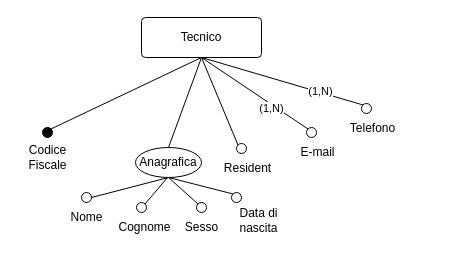
This is Diagrammi/tecnico.drawio from fedeStaffo/Progetto_Basi_di_dati, a draw.io file, before an edit. Source tidied: cells renumbered, new cells numbered last; positions are measured from the earlier drawing's top-left corner, leaving out a move shared by most shapes. Both pictures are drawn from the tidied source at 100%, with x=0, y=0 at pixel (17, 17).
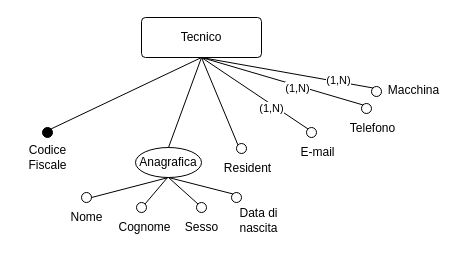
The same diagram, later.

Unchanged cells that the change refers to:
```xml
<mxCell id="2" value="Tecnico" style="rounded=1;arcSize=10;whiteSpace=wrap;html=1;align=center;" parent="1" vertex="1">
  <mxGeometry x="124" width="120" height="40" as="geometry" />
</mxCell>
<mxCell id="29" style="endArrow=none;html=1;rounded=0;entryX=0.5;entryY=1;entryDx=0;entryDy=0;exitX=0;exitY=0;exitDx=0;exitDy=0;" parent="1" edge="1" source="25" target="2">
  <mxGeometry relative="1" as="geometry" />
</mxCell>
```

What changed in the source:
```diff
@@
     <mxCell id="30" value="(1,N)" style="edgeLabel;html=1;align=center;verticalAlign=middle;" parent="29" vertex="1">
-      <mxGeometry x="-0.47" y="-1" relative="1" as="geometry" />
+      <mxGeometry x="-0.47" y="-1" relative="1" as="geometry">
+        <mxPoint x="-23" y="-3" as="offset" />
+      </mxGeometry>
     </mxCell>
+    <mxCell id="31" style="ellipse;whiteSpace=wrap;html=1;" parent="1" vertex="1">
+      <mxGeometry x="354" y="69" width="10" height="10" as="geometry" />
+    </mxCell>
+    <mxCell id="32" value="Macchina" style="text;html=1;align=center;verticalAlign=middle;strokeColor=none;fillColor=none;" parent="1" vertex="1">
+      <mxGeometry x="361" y="60" width="69" height="26" as="geometry" />
+    </mxCell>
+    <mxCell id="33" style="endArrow=none;html=1;rounded=0;entryX=0.5;entryY=1;entryDx=0;entryDy=0;exitX=0;exitY=0;exitDx=0;exitDy=0;" parent="1" edge="1" source="31" target="2">
+      <mxGeometry relative="1" as="geometry" />
+    </mxCell>
+    <mxCell id="34" value="(1,N)" style="edgeLabel;html=1;align=center;verticalAlign=middle;" parent="33" vertex="1">
+      <mxGeometry x="-0.59" y="-2" relative="1" as="geometry" />
+    </mxCell>
```
